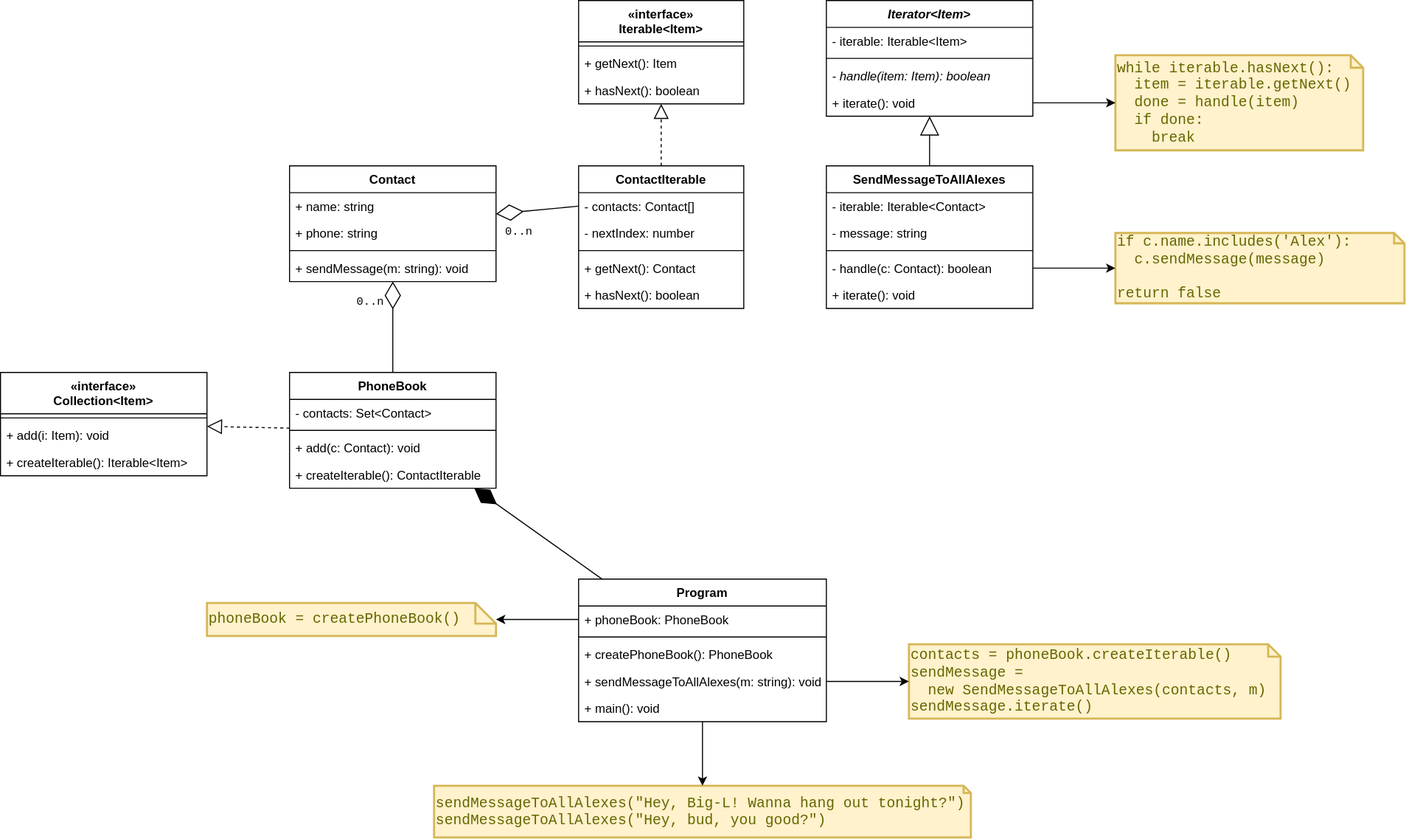
This is src/patterns/behavioral/iterator/iterator.diagram.svg from parzhitsky/interview-questions, a draw.io export, as it was before one commit. Source tidied: cells renumbered, new cells last; positions are measured from the earlier drawing's top-left corner, leaving out a move shared by most shapes.
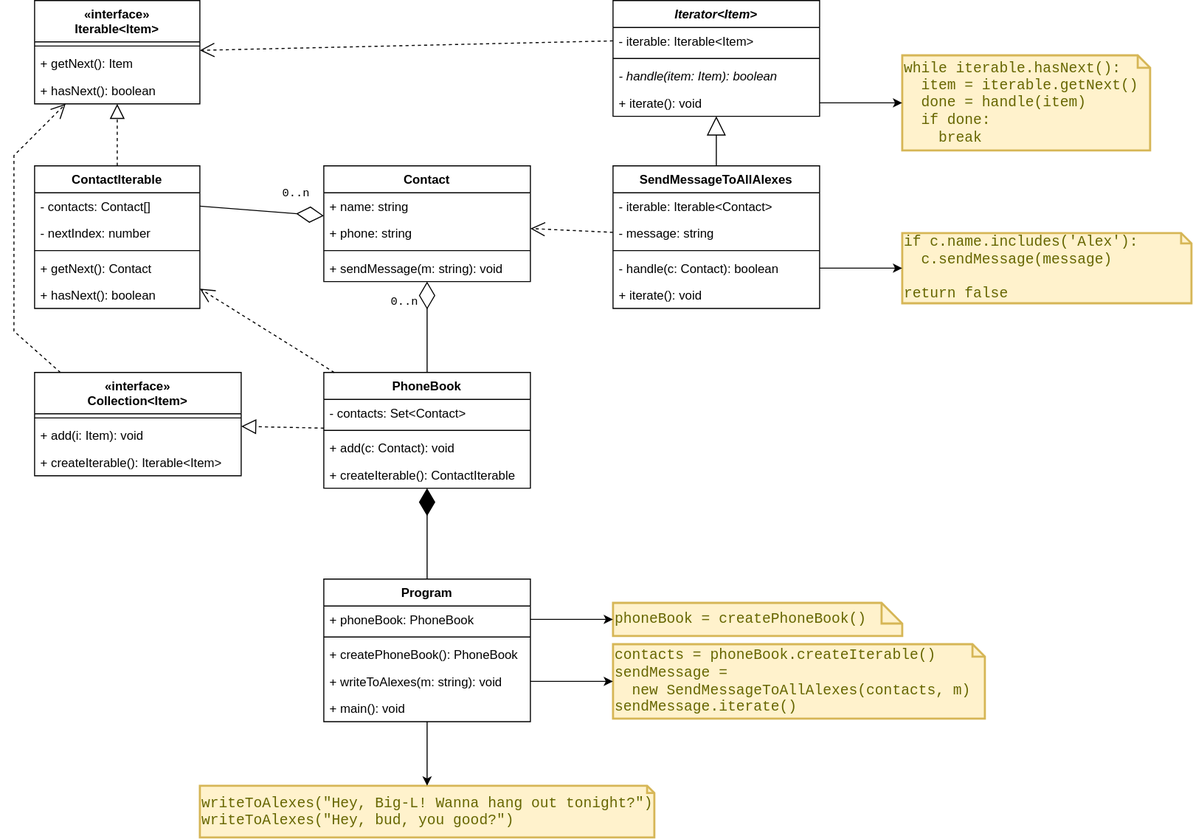
After the commit.

The edit, as a diff of the source:
```diff
@@ -3,7 +3,7 @@
     <mxCell id="0" />
     <mxCell id="1" parent="0" />
     <mxCell id="2" value="«interface»&#10;Iterable&lt;Item&gt;" style="swimlane;fontStyle=1;align=center;verticalAlign=top;horizontal=1;startSize=40;fontFamily=Helvetica;" parent="1" vertex="1">
-      <mxGeometry x="560" width="160" height="100" as="geometry" />
+      <mxGeometry x="240" width="160" height="100" as="geometry" />
     </mxCell>
     <mxCell id="3" style="line;strokeWidth=1;fillColor=none;align=left;verticalAlign=middle;spacingTop=-1;spacingLeft=3;spacingRight=3;labelPosition=right;strokeColor=inherit;fontFamily=Helvetica;" parent="2" vertex="1">
       <mxGeometry y="40" width="160" height="8" as="geometry" />
@@ -36,7 +36,7 @@
       <mxGeometry relative="1" as="geometry" />
     </mxCell>
     <mxCell id="13" value="«interface»&#10;Collection&lt;Item&gt;" style="swimlane;fontStyle=1;align=center;verticalAlign=top;horizontal=1;startSize=40;fontFamily=Helvetica;" parent="1" vertex="1">
-      <mxGeometry y="360" width="200" height="100" as="geometry" />
+      <mxGeometry x="240" y="360" width="200" height="100" as="geometry" />
     </mxCell>
     <mxCell id="14" style="line;strokeWidth=1;fillColor=none;align=left;verticalAlign=middle;spacingTop=-1;spacingLeft=3;spacingRight=3;labelPosition=right;strokeColor=inherit;fontFamily=Helvetica;" parent="13" vertex="1">
       <mxGeometry y="40" width="200" height="8" as="geometry" />
@@ -48,7 +48,7 @@
       <mxGeometry y="74" width="200" height="26" as="geometry" />
     </mxCell>
     <mxCell id="17" value="Contact" style="swimlane;fontStyle=1;align=center;verticalAlign=top;horizontal=1;startSize=26;fontFamily=Helvetica;" parent="1" vertex="1">
-      <mxGeometry x="280" y="160" width="200" height="112" as="geometry" />
+      <mxGeometry x="520" y="160" width="200" height="112" as="geometry" />
     </mxCell>
     <mxCell id="18" value="+ name: string" style="text;strokeColor=none;fillColor=none;align=left;verticalAlign=top;spacingLeft=4;spacingRight=4;overflow=hidden;fontFamily=Helvetica;" parent="17" vertex="1">
       <mxGeometry y="26" width="200" height="26" as="geometry" />
@@ -63,7 +63,7 @@
       <mxGeometry y="86" width="200" height="26" as="geometry" />
     </mxCell>
     <mxCell id="22" value="PhoneBook" style="swimlane;fontStyle=1;align=center;verticalAlign=top;horizontal=1;startSize=26;fontFamily=Helvetica;" parent="1" vertex="1">
-      <mxGeometry x="280" y="360" width="200" height="112" as="geometry" />
+      <mxGeometry x="520" y="360" width="200" height="112" as="geometry" />
     </mxCell>
     <mxCell id="23" value="- contacts: Set&lt;Contact&gt;" style="text;strokeColor=none;fillColor=none;align=left;verticalAlign=top;spacingLeft=4;spacingRight=4;overflow=hidden;fontFamily=Helvetica;" parent="22" vertex="1">
       <mxGeometry y="26" width="200" height="26" as="geometry" />
@@ -84,7 +84,7 @@
       <mxGeometry relative="1" as="geometry" />
     </mxCell>
     <mxCell id="29" value="ContactIterable" style="swimlane;fontStyle=1;align=center;verticalAlign=top;horizontal=1;startSize=26;fontFamily=Helvetica;" parent="1" vertex="1">
-      <mxGeometry x="560" y="160" width="160" height="138" as="geometry" />
+      <mxGeometry x="240" y="160" width="160" height="138" as="geometry" />
     </mxCell>
     <mxCell id="30" value="- contacts: Contact[]" style="text;strokeColor=none;fillColor=none;align=left;verticalAlign=top;spacingLeft=4;spacingRight=4;overflow=hidden;points=[[0,0.5],[1,0.5]];portConstraint=eastwest;fontFamily=Helvetica;" parent="29" vertex="1">
       <mxGeometry y="26" width="160" height="26" as="geometry" />
@@ -131,49 +131,66 @@
     <mxCell id="44" style="endArrow=block;dashed=1;endFill=0;endSize=12;html=1;rounded=0;fontFamily=Courier New;" parent="1" edge="1" source="29" target="2">
       <mxGeometry relative="1" as="geometry" />
     </mxCell>
-    <mxCell id="45" value="0..n" style="endArrow=diamondThin;endFill=0;endSize=24;html=1;rounded=0;fontFamily=Courier New;exitX=0;exitY=0.5;exitDx=0;exitDy=0;" parent="1" edge="1" source="30" target="17">
+    <mxCell id="45" value="0..n" style="endArrow=diamondThin;endFill=0;endSize=24;html=1;rounded=0;fontFamily=Courier New;exitX=1;exitY=0.5;exitDx=0;exitDy=0;" parent="1" edge="1" source="30" target="17">
       <mxGeometry x="0.51" y="19" relative="1" as="geometry">
         <mxPoint x="1" as="offset" />
       </mxGeometry>
     </mxCell>
     <mxCell id="46" value="Program" style="swimlane;fontStyle=1;align=center;verticalAlign=top;horizontal=1;startSize=26;fontFamily=Helvetica;" parent="1" vertex="1">
-      <mxGeometry x="560" y="560" width="240" height="138" as="geometry" />
+      <mxGeometry x="520" y="560" width="200" height="138" as="geometry" />
     </mxCell>
     <mxCell id="47" value="+ phoneBook: PhoneBook" style="text;strokeColor=none;fillColor=none;align=left;verticalAlign=top;spacingLeft=4;spacingRight=4;overflow=hidden;points=[[0,0.5],[1,0.5]];portConstraint=eastwest;fontFamily=Helvetica;" parent="46" vertex="1">
-      <mxGeometry y="26" width="240" height="26" as="geometry" />
+      <mxGeometry y="26" width="200" height="26" as="geometry" />
     </mxCell>
     <mxCell id="48" style="line;strokeWidth=1;fillColor=none;align=left;verticalAlign=middle;spacingTop=-1;spacingLeft=3;spacingRight=3;labelPosition=right;strokeColor=inherit;fontFamily=Helvetica;" parent="46" vertex="1">
-      <mxGeometry y="52" width="240" height="8" as="geometry" />
+      <mxGeometry y="52" width="200" height="8" as="geometry" />
     </mxCell>
     <mxCell id="49" value="+ createPhoneBook(): PhoneBook" style="text;strokeColor=none;fillColor=none;align=left;verticalAlign=top;spacingLeft=4;spacingRight=4;overflow=hidden;fontFamily=Helvetica;" parent="46" vertex="1">
-      <mxGeometry y="60" width="240" height="26" as="geometry" />
+      <mxGeometry y="60" width="200" height="26" as="geometry" />
     </mxCell>
-    <mxCell id="50" value="+ sendMessageToAllAlexes(m: string): void" style="text;strokeColor=none;fillColor=none;align=left;verticalAlign=top;spacingLeft=4;spacingRight=4;overflow=hidden;points=[[0,0.5],[1,0.5]];portConstraint=eastwest;fontFamily=Helvetica;" parent="46" vertex="1">
-      <mxGeometry y="86" width="240" height="26" as="geometry" />
+    <mxCell id="50" value="+ writeToAlexes(m: string): void" style="text;strokeColor=none;fillColor=none;align=left;verticalAlign=top;spacingLeft=4;spacingRight=4;overflow=hidden;points=[[0,0.5],[1,0.5]];portConstraint=eastwest;fontFamily=Helvetica;" parent="46" vertex="1">
+      <mxGeometry y="86" width="200" height="26" as="geometry" />
     </mxCell>
     <mxCell id="51" value="+ main(): void" style="text;strokeColor=none;fillColor=none;align=left;verticalAlign=top;spacingLeft=4;spacingRight=4;overflow=hidden;fontFamily=Helvetica;" parent="46" vertex="1">
-      <mxGeometry y="112" width="240" height="26" as="geometry" />
+      <mxGeometry y="112" width="200" height="26" as="geometry" />
     </mxCell>
     <mxCell id="52" value="contacts = phoneBook.createIterable()&lt;br&gt;sendMessage =&lt;br&gt;&amp;nbsp; new SendMessageToAllAlexes(contacts, m)&lt;br&gt;sendMessage.iterate()" style="shape=note;strokeWidth=2;fontSize=14;size=12;whiteSpace=wrap;html=1;fillColor=#fff2cc;strokeColor=#d6b656;fontColor=#666600;align=left;verticalAlign=middle;fontFamily=Courier New;" parent="1" vertex="1">
-      <mxGeometry x="880" y="623" width="360" height="72" as="geometry" />
+      <mxGeometry x="800" y="623" width="360" height="72" as="geometry" />
     </mxCell>
     <mxCell id="53" style="endArrow=diamondThin;endFill=1;endSize=24;html=1;rounded=0;fontFamily=Courier New;" parent="1" edge="1" source="46" target="22">
       <mxGeometry relative="1" as="geometry" />
     </mxCell>
     <mxCell id="54" value="phoneBook = createPhoneBook()" style="shape=note;strokeWidth=2;fontSize=14;size=20;whiteSpace=wrap;html=1;fillColor=#fff2cc;strokeColor=#d6b656;fontColor=#666600;align=left;verticalAlign=middle;fontFamily=Courier New;" parent="1" vertex="1">
-      <mxGeometry x="200" y="583" width="280" height="32" as="geometry" />
+      <mxGeometry x="800" y="583" width="280" height="32" as="geometry" />
     </mxCell>
     <mxCell id="55" style="edgeStyle=orthogonalEdgeStyle;rounded=0;jettySize=auto;html=1;fontFamily=Helvetica;" parent="1" edge="1" source="47" target="54">
       <mxGeometry relative="1" as="geometry" />
     </mxCell>
-    <mxCell id="56" style="edgeStyle=orthogonalEdgeStyle;rounded=0;jettySize=auto;html=1;fontFamily=Helvetica;exitX=1;exitY=0.5;exitDx=0;exitDy=0;" parent="1" edge="1" source="50" target="52">
+    <mxCell id="56" style="edgeStyle=orthogonalEdgeStyle;rounded=0;jettySize=auto;html=1;fontFamily=Helvetica;" parent="1" edge="1" source="50" target="52">
       <mxGeometry relative="1" as="geometry" />
     </mxCell>
-    <mxCell id="57" value="sendMessageToAllAlexes(&quot;Hey, Big-L! Wanna hang out tonight?&quot;)&lt;br&gt;sendMessageToAllAlexes(&quot;Hey, bud, you good?&quot;)" style="shape=note;strokeWidth=2;fontSize=14;size=7;whiteSpace=wrap;html=1;fillColor=#fff2cc;strokeColor=#d6b656;fontColor=#666600;align=left;verticalAlign=middle;fontFamily=Courier New;" parent="1" vertex="1">
-      <mxGeometry x="420" y="760" width="520" height="50" as="geometry" />
+    <mxCell id="57" value="writeToAlexes(&quot;Hey, Big-L! Wanna hang out tonight?&quot;)&lt;br&gt;writeToAlexes(&quot;Hey, bud, you good?&quot;)" style="shape=note;strokeWidth=2;fontSize=14;size=7;whiteSpace=wrap;html=1;fillColor=#fff2cc;strokeColor=#d6b656;fontColor=#666600;align=left;verticalAlign=middle;fontFamily=Courier New;" parent="1" vertex="1">
+      <mxGeometry x="400" y="760" width="440" height="50" as="geometry" />
     </mxCell>
     <mxCell id="58" style="edgeStyle=orthogonalEdgeStyle;rounded=0;jettySize=auto;html=1;fontFamily=Helvetica;" parent="1" edge="1" source="46" target="57">
       <mxGeometry relative="1" as="geometry" />
     </mxCell>
+    <mxCell id="59" style="endArrow=open;endSize=12;dashed=1;html=1;rounded=0;fontFamily=Courier New;exitX=0;exitY=0.5;exitDx=0;exitDy=0;" parent="1" edge="1" source="7" target="2">
+      <mxGeometry relative="1" as="geometry" />
+    </mxCell>
+    <mxCell id="60" style="endArrow=open;endSize=12;dashed=1;html=1;rounded=0;fontFamily=Courier New;" parent="1" edge="1" source="35" target="17">
+      <mxGeometry relative="1" as="geometry" />
+    </mxCell>
+    <mxCell id="61" style="endArrow=open;endSize=12;dashed=1;html=1;rounded=0;fontFamily=Courier New;" parent="1" edge="1" source="22" target="29">
+      <mxGeometry relative="1" as="geometry" />
+    </mxCell>
+    <mxCell id="62" style="endArrow=open;endSize=12;dashed=1;html=1;rounded=0;fontFamily=Courier New;exitX=0.125;exitY=0;exitDx=0;exitDy=0;exitPerimeter=0;" parent="1" edge="1" source="13" target="2">
+      <mxGeometry relative="1" as="geometry">
+        <Array as="points">
+          <mxPoint x="220" y="320" />
+          <mxPoint x="220" y="150" />
+        </Array>
+      </mxGeometry>
+    </mxCell>
   </root>
 </mxGraphModel>
```
